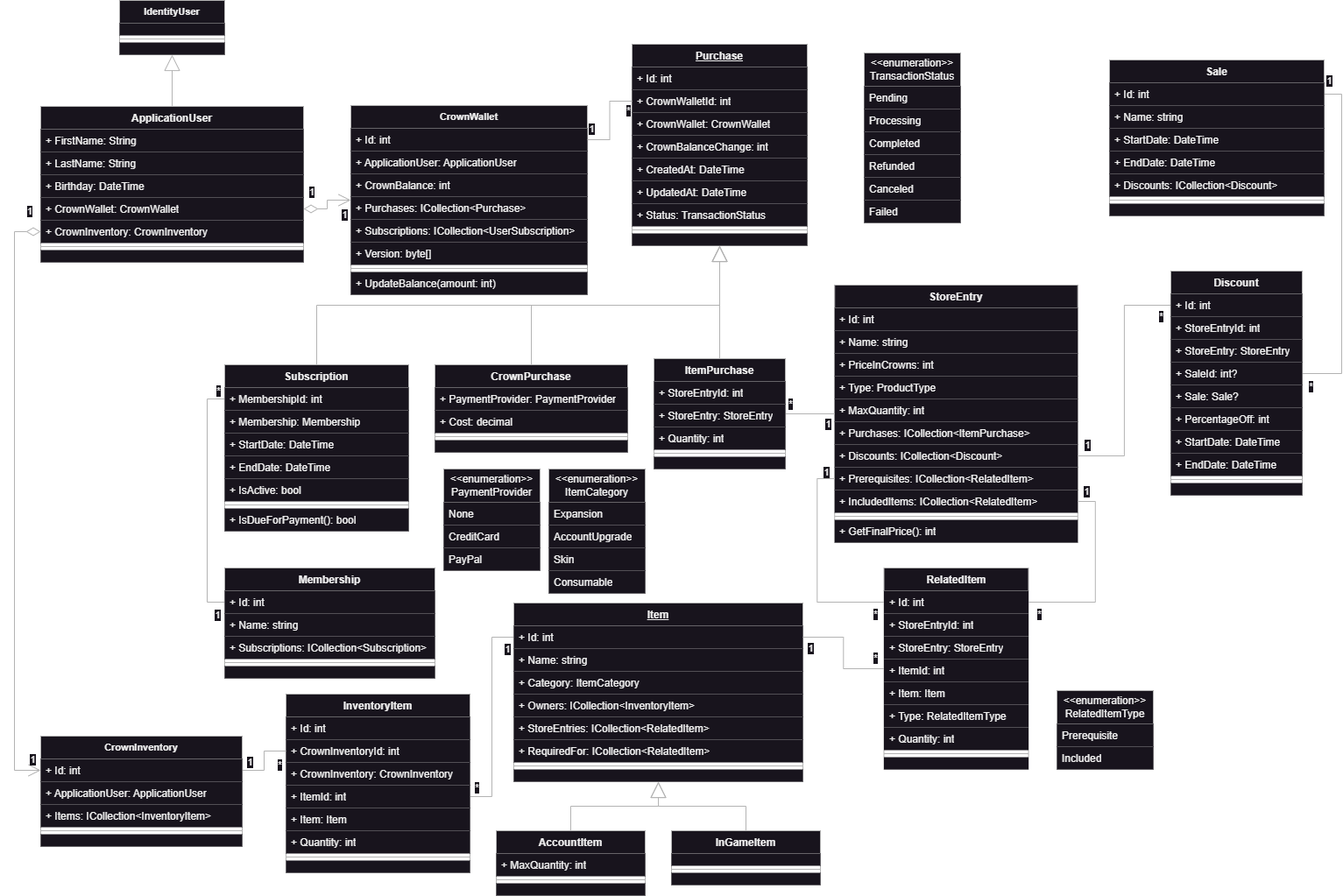
rpeixe/AspNetCore-MvcStore keeps this draw.io diagram as ClassDiagram.png. Above is the earlier version. Source tidied: cells renumbered, new cells last; positions are measured from the earlier drawing's top-left corner, leaving out a move shared by most shapes.
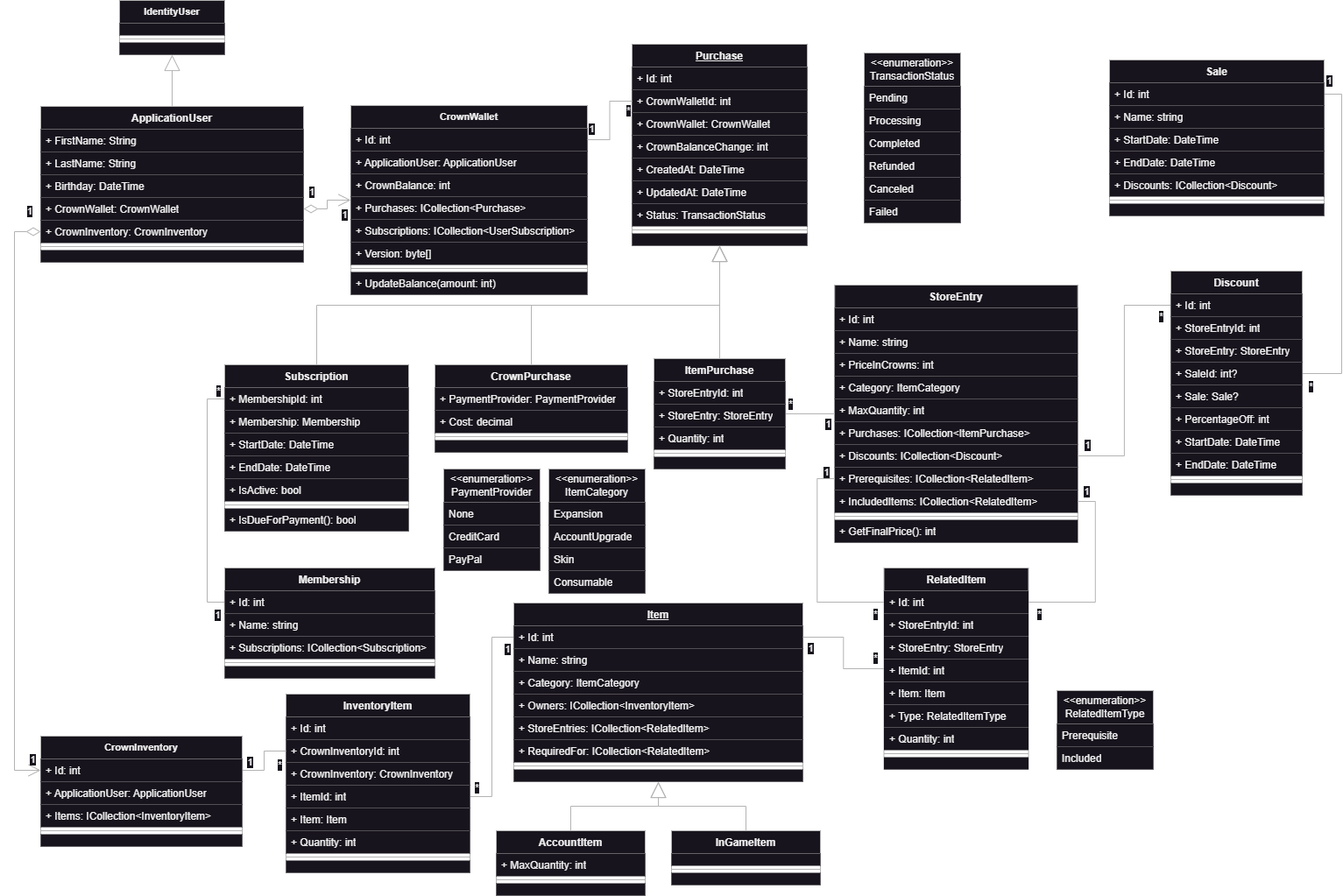
Later version of the same file.

Commit message:
Added category to Store Entry

Diff of the diagram source:
```diff
@@ -56,7 +56,7 @@
     <mxCell id="19" value="+ PriceInCrowns: int" style="text;strokeColor=none;fillColor=default;align=left;verticalAlign=top;spacingLeft=4;spacingRight=4;overflow=hidden;whiteSpace=wrap;html=1;" parent="16" vertex="1">
       <mxGeometry y="78" width="277.5" height="26" as="geometry" />
     </mxCell>
-    <mxCell id="20" value="+ Type: ProductType" style="text;strokeColor=none;fillColor=default;align=left;verticalAlign=top;spacingLeft=4;spacingRight=4;overflow=hidden;whiteSpace=wrap;html=1;" parent="16" vertex="1">
+    <mxCell id="20" value="+ Category: ItemCategory" style="text;strokeColor=none;fillColor=default;align=left;verticalAlign=top;spacingLeft=4;spacingRight=4;overflow=hidden;whiteSpace=wrap;html=1;" parent="16" vertex="1">
       <mxGeometry y="104" width="277.5" height="26" as="geometry" />
     </mxCell>
     <mxCell id="21" value="+ MaxQuantity: int" style="text;strokeColor=none;fillColor=default;align=left;verticalAlign=top;spacingLeft=4;spacingRight=4;overflow=hidden;whiteSpace=wrap;html=1;" parent="16" vertex="1">
```
